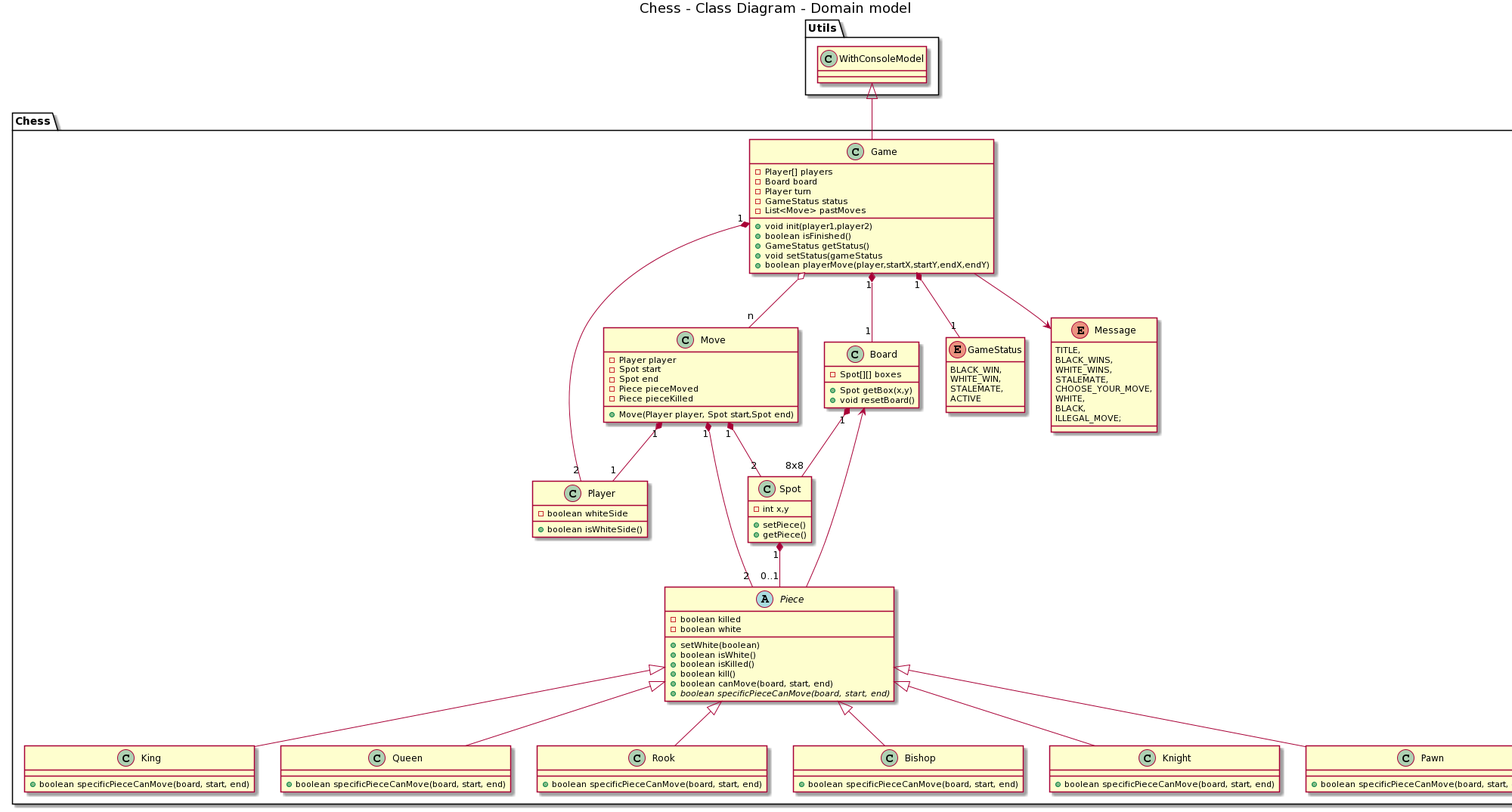
juanmabarrio/chess-domain-model keeps this PlantUML diagram as chess-domain-model.png. Above is the earlier version.
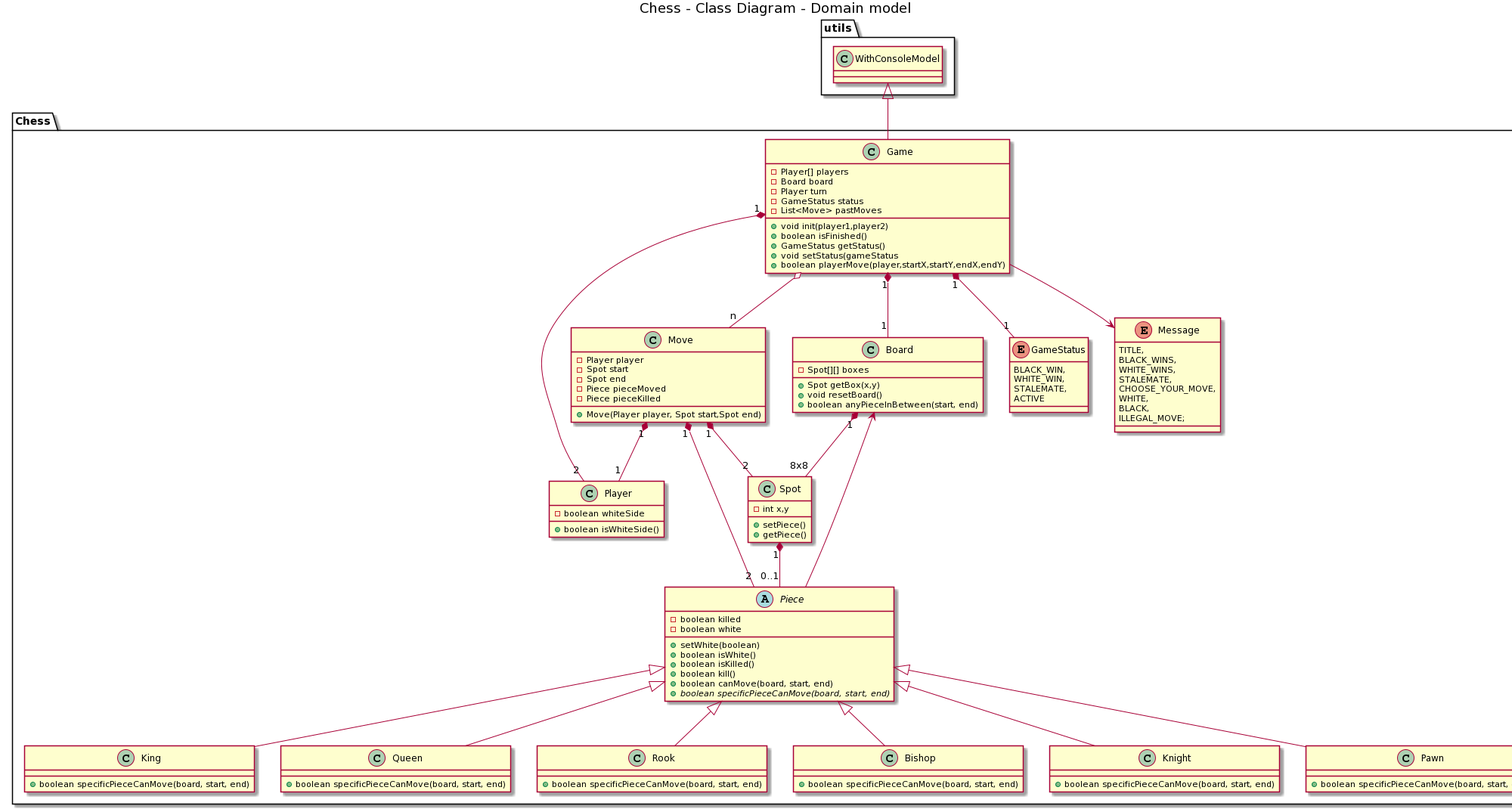
After the commit.

Commit message:
Actualizo UML con el metodo de Board - isAnyPieceInBetween()

What changed in the source:
```diff
@@ -1,22 +1,13 @@
 @startuml
 title Chess - Class Diagram - Domain model
 
-package Utils {
+package utils {
     class WithConsoleModel
 }
 
 package Chess {
 class Game
-abstract class Piece{
--boolean killed
--boolean white
-+ setWhite(boolean)
-+ boolean isWhite()
-+ boolean isKilled()
-+ boolean kill()
-+ boolean canMove(board, start, end)
-+ boolean {abstract} specificPieceCanMove(board, start, end)
-}
+
 Game -up-|> WithConsoleModel
 Board <-up- Piece
 
@@ -36,6 +27,17 @@
 Knight -up-|> Piece
 Pawn -up-|> Piece
 
+
+abstract class Piece{
+-boolean killed
+-boolean white
++ setWhite(boolean)
++ boolean isWhite()
++ boolean isKilled()
++ boolean kill()
++ boolean canMove(board, start, end)
++ boolean {abstract} specificPieceCanMove(board, start, end)
+}
 class King{
  + boolean specificPieceCanMove(board, start, end)
 }
@@ -60,6 +62,7 @@
 - Spot[][] boxes
 + Spot getBox(x,y)
 + void resetBoard()
++ boolean anyPieceInBetween(start, end)
 
 }
 
```
